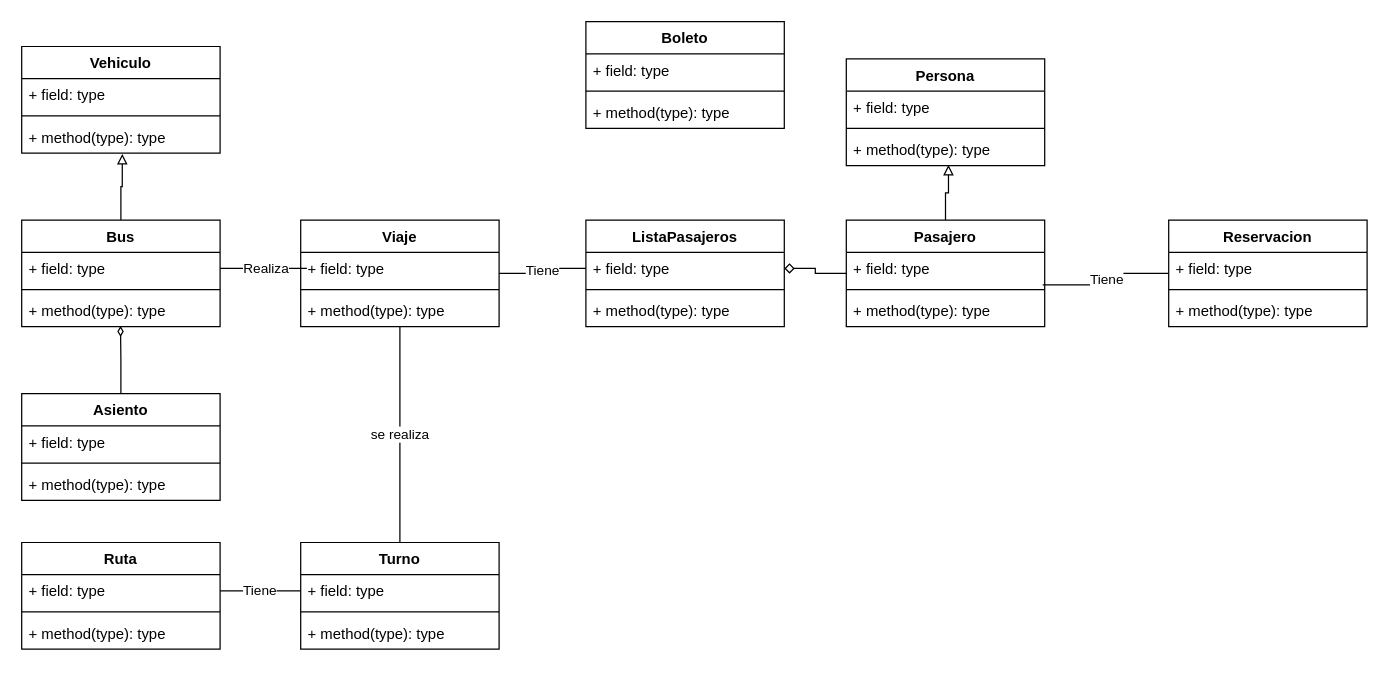
Earlier version of the draw.io diagram CICLO 3/Diagramas UML/ModeloVentasBoletos.drawio (KBGR55/DIAGRAMAS). Source tidied: cells renumbered, new cells numbered last; positions are measured from the earlier drawing's top-left corner, leaving out a move shared by most shapes. Both pictures are drawn from the tidied source at 124%, with x=0, y=0 at pixel (21, 21).
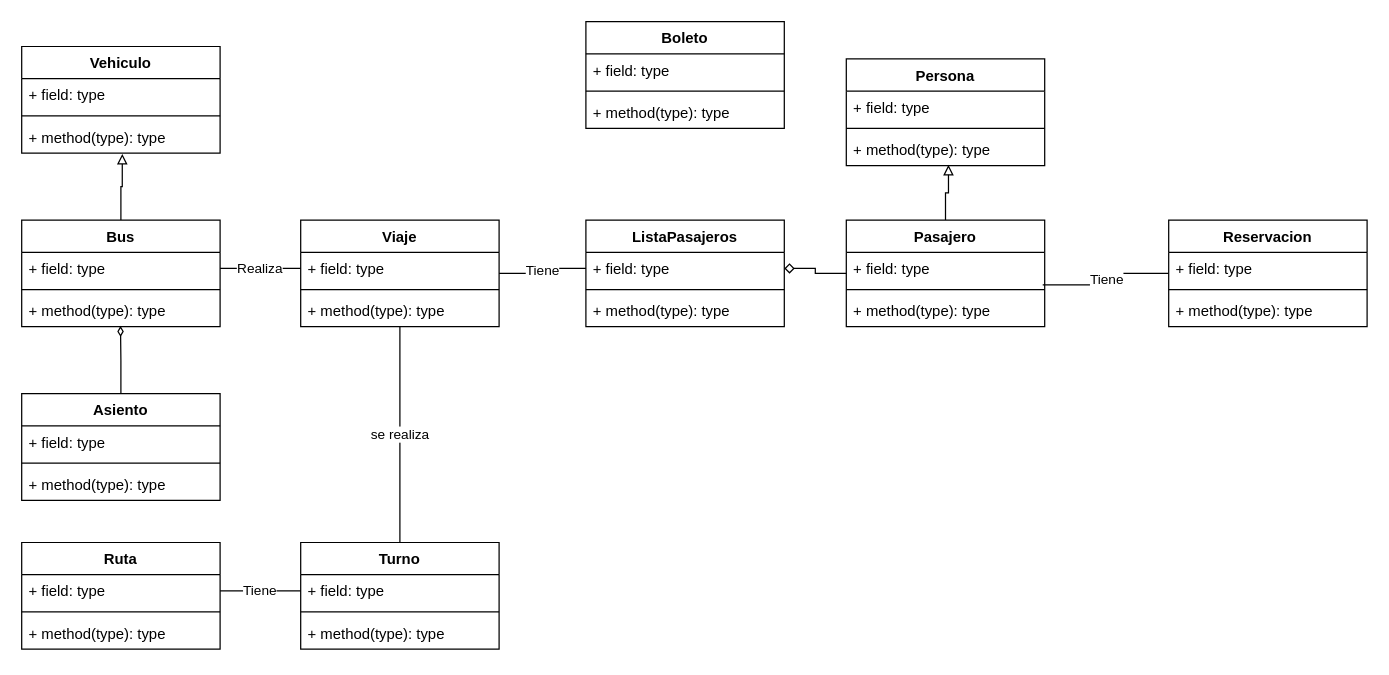
The same diagram, later.

The change refers to these unchanged cells:
```xml
<mxCell id="5" value="+ field: type" style="text;strokeColor=none;fillColor=none;align=left;verticalAlign=top;spacingLeft=4;spacingRight=4;overflow=hidden;points=[[0,0.5],[1,0.5]];portConstraint=eastwest;" parent="4" vertex="1">
  <mxGeometry y="26" width="160" height="26" as="geometry" />
</mxCell>
<mxCell id="27" value="+ field: type" style="text;strokeColor=none;fillColor=none;align=left;verticalAlign=top;spacingLeft=4;spacingRight=4;overflow=hidden;points=[[0,0.5],[1,0.5]];portConstraint=eastwest;" parent="26" vertex="1">
  <mxGeometry y="26" width="160" height="26" as="geometry" />
</mxCell>
```

What changed in the source:
```diff
@@
-    <mxCell id="46" value="Realiza" style="edgeStyle=orthogonalEdgeStyle;rounded=0;jettySize=auto;html=1;exitX=0;exitY=0.5;exitDx=0;exitDy=0;entryX=1;entryY=0.5;entryDx=0;entryDy=0;endArrow=none;endFill=0;" parent="1" edge="1" source="5" target="27">
-      <mxGeometry relative="1" as="geometry">
-        <Array as="points">
-          <mxPoint x="230" y="199" />
-          <mxPoint x="230" y="199" />
-        </Array>
-      </mxGeometry>
+    <mxCell id="46" value="Realiza" style="edgeStyle=orthogonalEdgeStyle;rounded=0;jettySize=auto;html=1;entryX=1;entryY=0.5;entryDx=0;entryDy=0;endArrow=none;endFill=0;exitX=0;exitY=0.5;exitDx=0;exitDy=0;" parent="1" edge="1" source="5" target="27">
+      <mxGeometry relative="1" as="geometry" />
     </mxCell>
```
